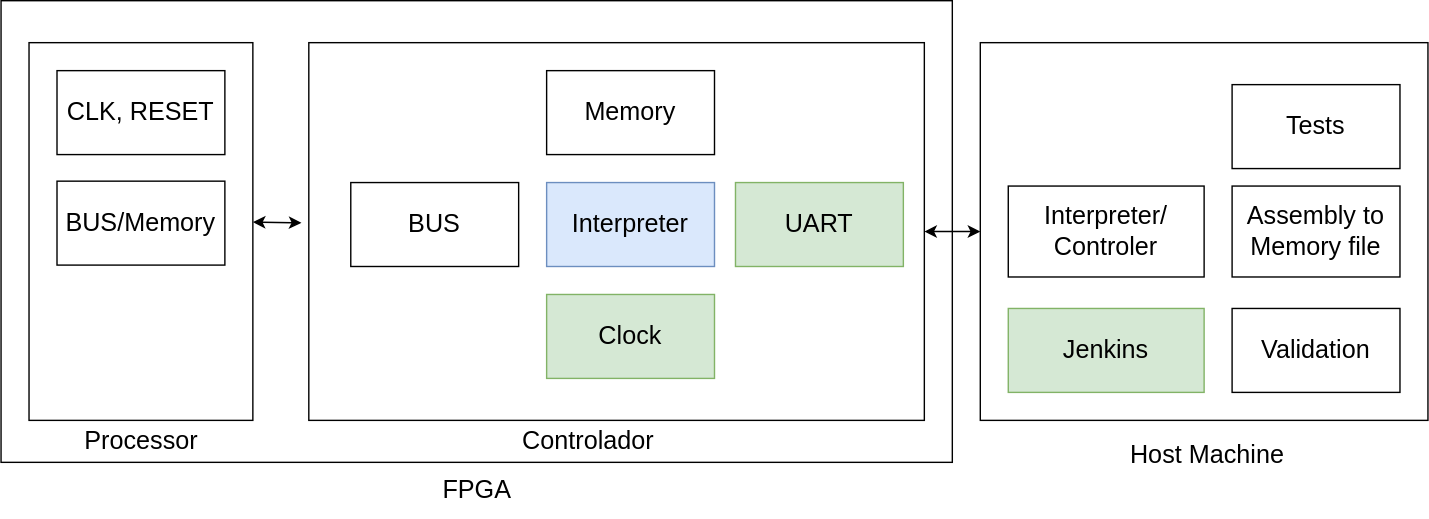
The draw.io diagram docs/assets/controlador-riscv.svg in LSC-Unicamp/processor-ci-website, before a commit. Source tidied: cells renumbered, new cells last; positions are measured from the earlier drawing's top-left corner, leaving out a move shared by most shapes.
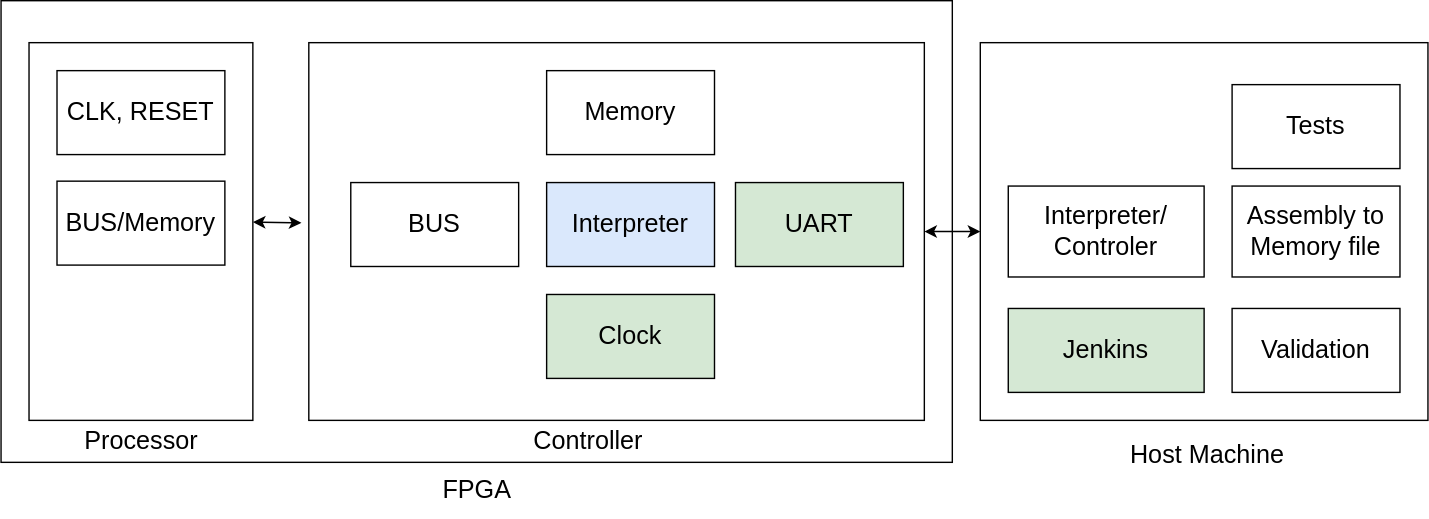
After the commit.

Commit message:
Atualizando pagina hardware

The edit, as a diff of the source:
```diff
@@ -8,19 +8,19 @@
     <mxCell id="3" style="rounded=0;whiteSpace=wrap;html=1;" parent="1" vertex="1">
       <mxGeometry x="220" y="30" width="440" height="270" as="geometry" />
     </mxCell>
-    <mxCell id="4" value="&lt;font style=&quot;font-size: 18px;&quot;&gt;UART&lt;/font&gt;" style="rounded=0;whiteSpace=wrap;html=1;fillColor=#d5e8d4;strokeColor=#82b366;" parent="1" vertex="1">
+    <mxCell id="4" value="&lt;font style=&quot;font-size: 18px;&quot;&gt;UART&lt;/font&gt;" style="rounded=0;whiteSpace=wrap;html=1;fillColor=#d5e8d4;strokeColor=#000000;" parent="1" vertex="1">
       <mxGeometry x="525" y="130" width="120" height="60" as="geometry" />
     </mxCell>
-    <mxCell id="5" value="&lt;font style=&quot;font-size: 18px;&quot;&gt;Clock&lt;/font&gt;" style="rounded=0;whiteSpace=wrap;html=1;fillColor=#d5e8d4;strokeColor=#82b366;" parent="1" vertex="1">
+    <mxCell id="5" value="&lt;font style=&quot;font-size: 18px;&quot;&gt;Clock&lt;/font&gt;" style="rounded=0;whiteSpace=wrap;html=1;fillColor=#d5e8d4;strokeColor=#000000;" parent="1" vertex="1">
       <mxGeometry x="390" y="210" width="120" height="60" as="geometry" />
     </mxCell>
     <mxCell id="6" value="&lt;font style=&quot;font-size: 18px;&quot;&gt;BUS&lt;/font&gt;" style="rounded=0;whiteSpace=wrap;html=1;" parent="1" vertex="1">
       <mxGeometry x="250" y="130" width="120" height="60" as="geometry" />
     </mxCell>
-    <mxCell id="7" value="&lt;font style=&quot;font-size: 18px;&quot;&gt;Interpreter&lt;/font&gt;" style="rounded=0;whiteSpace=wrap;html=1;fillColor=#dae8fc;strokeColor=#6c8ebf;" parent="1" vertex="1">
+    <mxCell id="7" value="&lt;font style=&quot;font-size: 18px;&quot;&gt;Interpreter&lt;/font&gt;" style="rounded=0;whiteSpace=wrap;html=1;fillColor=#dae8fc;strokeColor=#000000;" parent="1" vertex="1">
       <mxGeometry x="390" y="130" width="120" height="60" as="geometry" />
     </mxCell>
-    <mxCell id="8" value="&lt;font style=&quot;font-size: 18px;&quot;&gt;Controlador&lt;/font&gt;" style="text;html=1;strokeColor=none;fillColor=none;align=center;verticalAlign=middle;whiteSpace=wrap;rounded=0;" parent="1" vertex="1">
+    <mxCell id="8" value="&lt;font style=&quot;font-size: 18px;&quot;&gt;Controller&lt;/font&gt;" style="text;html=1;strokeColor=none;fillColor=none;align=center;verticalAlign=middle;whiteSpace=wrap;rounded=0;" parent="1" vertex="1">
       <mxGeometry x="390" y="300" width="60" height="30" as="geometry" />
     </mxCell>
     <mxCell id="9" style="rounded=0;whiteSpace=wrap;html=1;" parent="1" vertex="1">
@@ -59,7 +59,7 @@
     <mxCell id="20" value="&lt;font style=&quot;font-size: 18px;&quot;&gt;CLK, RESET&lt;/font&gt;" style="rounded=0;whiteSpace=wrap;html=1;" parent="1" vertex="1">
       <mxGeometry x="40" y="50" width="120" height="60" as="geometry" />
     </mxCell>
-    <mxCell id="21" value="&lt;font style=&quot;font-size: 18px;&quot;&gt;Jenkins&lt;/font&gt;" style="rounded=0;whiteSpace=wrap;html=1;fillColor=#d5e8d4;strokeColor=#82b366;" parent="1" vertex="1">
+    <mxCell id="21" value="&lt;font style=&quot;font-size: 18px;&quot;&gt;Jenkins&lt;/font&gt;" style="rounded=0;whiteSpace=wrap;html=1;fillColor=#d5e8d4;strokeColor=#000000;" parent="1" vertex="1">
       <mxGeometry x="720" y="220" width="140" height="60" as="geometry" />
     </mxCell>
     <mxCell id="22" value="&lt;font style=&quot;font-size: 18px;&quot;&gt;FPGA&lt;/font&gt;" style="text;html=1;align=center;verticalAlign=middle;strokeColor=none;fillColor=none;" parent="1" vertex="1">
```
